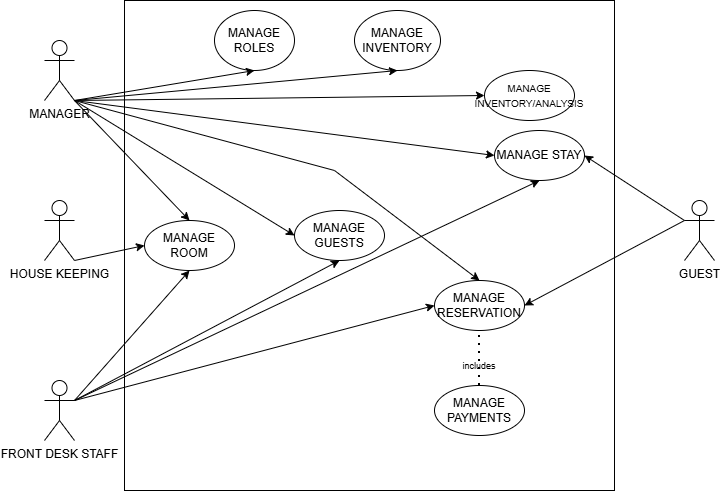
This is WEEK-2.png from Anurag928/OOAD, a draw.io export, as it was before one commit. Source tidied: cells renumbered, new cells last; positions are measured from the earlier drawing's top-left corner, leaving out a move shared by most shapes. Its diagram source:
```xml
<mxGraphModel>
  <root>
    <mxCell id="0" />
    <mxCell id="1" parent="0" />
    <mxCell id="2" value="MANAGER" style="shape=umlActor;verticalLabelPosition=bottom;verticalAlign=top;html=1;outlineConnect=0;" parent="1" vertex="1">
      <mxGeometry y="40" width="30" height="60" as="geometry" />
    </mxCell>
    <mxCell id="3" value="HOUSE KEEPING" style="shape=umlActor;verticalLabelPosition=bottom;verticalAlign=top;html=1;outlineConnect=0;" parent="1" vertex="1">
      <mxGeometry y="200" width="30" height="60" as="geometry" />
    </mxCell>
    <mxCell id="4" value="FRONT DESK STAFF" style="shape=umlActor;verticalLabelPosition=bottom;verticalAlign=top;html=1;outlineConnect=0;" parent="1" vertex="1">
      <mxGeometry y="380" width="30" height="60" as="geometry" />
    </mxCell>
    <mxCell id="5" value="GUEST" style="shape=umlActor;verticalLabelPosition=bottom;verticalAlign=top;html=1;outlineConnect=0;" parent="1" vertex="1">
      <mxGeometry x="640" y="200" width="30" height="60" as="geometry" />
    </mxCell>
    <mxCell id="6" style="whiteSpace=wrap;html=1;" parent="1" vertex="1">
      <mxGeometry x="80" width="490" height="490" as="geometry" />
    </mxCell>
    <mxCell id="7" value="MANAGE ROLES&lt;span style=&quot;color: rgba(0, 0, 0, 0); font-family: monospace; font-size: 0px; text-align: start; text-wrap-mode: nowrap;&quot;&gt;%3CmxGraphModel%3E%3Croot%3E%3CmxCell%20id%3D%220%22%2F%3E%3CmxCell%20id%3D%221%22%20parent%3D%220%22%2F%3E%3CmxCell%20id%3D%222%22%20parent%3D%221%22%20style%3D%22shape%3DumlActor%3BverticalLabelPosition%3Dbottom%3BverticalAlign%3Dtop%3Bhtml%3D1%3BoutlineConnect%3D0%3B%22%20value%3D%22Actor%22%20vertex%3D%221%22%3E%3CmxGeometry%20height%3D%2260%22%20width%3D%2230%22%20x%3D%2290%22%20y%3D%22510%22%20as%3D%22geometry%22%2F%3E%3C%2FmxCell%3E%3C%2Froot%3E%3C%2FmxGraphModel%3E&lt;/span&gt;" style="ellipse;whiteSpace=wrap;html=1;" parent="1" vertex="1">
      <mxGeometry x="170" y="10" width="80" height="60" as="geometry" />
    </mxCell>
    <mxCell id="8" value="MANAGE INVENTORY" style="ellipse;whiteSpace=wrap;html=1;" parent="1" vertex="1">
      <mxGeometry x="310" y="10" width="86" height="60" as="geometry" />
    </mxCell>
    <mxCell id="9" value="&lt;font style=&quot;font-size: 10px;&quot;&gt;MANAGE INVENTORY/ANALYSIS&lt;/font&gt;" style="ellipse;whiteSpace=wrap;html=1;" parent="1" vertex="1">
      <mxGeometry x="440" y="70" width="90" height="50" as="geometry" />
    </mxCell>
    <mxCell id="10" value="MANAGE STAY&lt;span style=&quot;color: rgba(0, 0, 0, 0); font-family: monospace; font-size: 0px; text-align: start; text-wrap-mode: nowrap;&quot;&gt;%3CmxGraphModel%3E%3Croot%3E%3CmxCell%20id%3D%220%22%2F%3E%3CmxCell%20id%3D%221%22%20parent%3D%220%22%2F%3E%3CmxCell%20id%3D%222%22%20parent%3D%221%22%20style%3D%22ellipse%3BwhiteSpace%3Dwrap%3Bhtml%3D1%3B%22%20value%3D%22MANAGE%20INVENTORY%22%20vertex%3D%221%22%3E%3CmxGeometry%20height%3D%2280%22%20width%3D%22120%22%20x%3D%22414%22%20y%3D%22180%22%20as%3D%22geometry%22%2F%3E%3C%2FmxCell%3E%3C%2Froot%3E%3C%2FmxGraphModel%3E&lt;/span&gt;" style="ellipse;whiteSpace=wrap;html=1;" parent="1" vertex="1">
      <mxGeometry x="450" y="130" width="90" height="50" as="geometry" />
    </mxCell>
    <mxCell id="11" value="MANAGE GUESTS&lt;span style=&quot;color: rgba(0, 0, 0, 0); font-family: monospace; font-size: 0px; text-align: start; text-wrap-mode: nowrap;&quot;&gt;%3CmxGraphModel%3E%3Croot%3E%3CmxCell%20id%3D%220%22%2F%3E%3CmxCell%20id%3D%221%22%20parent%3D%220%22%2F%3E%3CmxCell%20id%3D%222%22%20parent%3D%221%22%20style%3D%22ellipse%3BwhiteSpace%3Dwrap%3Bhtml%3D1%3B%22%20value%3D%22MANAGE%20INVENTORY%22%20vertex%3D%221%22%3E%3CmxGeometry%20height%3D%2280%22%20width%3D%22120%22%20x%3D%22414%22%20y%3D%22180%22%20as%3D%22geometry%22%2F%3E%3C%2FmxCell%3E%3C%2Froot%3E%3C%2FmxGraphModel%3E&lt;/span&gt;" style="ellipse;whiteSpace=wrap;html=1;" parent="1" vertex="1">
      <mxGeometry x="250" y="210" width="90" height="50" as="geometry" />
    </mxCell>
    <mxCell id="12" value="MANAGE ROOM&lt;span style=&quot;color: rgba(0, 0, 0, 0); font-family: monospace; font-size: 0px; text-align: start; text-wrap-mode: nowrap;&quot;&gt;%3CmxGraphModel%3E%3Croot%3E%3CmxCell%20id%3D%220%22%2F%3E%3CmxCell%20id%3D%221%22%20parent%3D%220%22%2F%3E%3CmxCell%20id%3D%222%22%20parent%3D%221%22%20style%3D%22ellipse%3BwhiteSpace%3Dwrap%3Bhtml%3D1%3B%22%20value%3D%22MANAGE%20INVENTORY%22%20vertex%3D%221%22%3E%3CmxGeometry%20height%3D%2280%22%20width%3D%22120%22%20x%3D%22414%22%20y%3D%22180%22%20as%3D%22geometry%22%2F%3E%3C%2FmxCell%3E%3C%2Froot%3E%3C%2FmxGraphModel%3E&lt;/span&gt;" style="ellipse;whiteSpace=wrap;html=1;" parent="1" vertex="1">
      <mxGeometry x="100" y="220" width="90" height="50" as="geometry" />
    </mxCell>
    <mxCell id="13" value="MANAGE RESERVATION&lt;span style=&quot;color: rgba(0, 0, 0, 0); font-family: monospace; font-size: 0px; text-align: start; text-wrap-mode: nowrap;&quot;&gt;%3CmxGraphModel%3E%3Croot%3E%3CmxCell%20id%3D%220%22%2F%3E%3CmxCell%20id%3D%221%22%20parent%3D%220%22%2F%3E%3CmxCell%20id%3D%222%22%20parent%3D%221%22%20style%3D%22ellipse%3BwhiteSpace%3Dwrap%3Bhtml%3D1%3B%22%20value%3D%22MANAGE%20INVENTORY%22%20vertex%3D%221%22%3E%3CmxGeometry%20height%3D%2280%22%20width%3D%22120%22%20x%3D%22414%22%20y%3D%22180%22%20as%3D%22geometry%22%2F%3E%3C%2FmxCell%3E%3C%2Froot%3E%3C%2FmxGraphModel%3E&lt;/span&gt;" style="ellipse;whiteSpace=wrap;html=1;" parent="1" vertex="1">
      <mxGeometry x="390" y="280" width="90" height="50" as="geometry" />
    </mxCell>
    <mxCell id="14" value="MANAGE PAYMENTS&lt;span style=&quot;color: rgba(0, 0, 0, 0); font-family: monospace; font-size: 0px; text-align: start; text-wrap-mode: nowrap;&quot;&gt;%3CmxGraphModel%3E%3Croot%3E%3CmxCell%20id%3D%220%22%2F%3E%3CmxCell%20id%3D%221%22%20parent%3D%220%22%2F%3E%3CmxCell%20id%3D%222%22%20parent%3D%221%22%20style%3D%22ellipse%3BwhiteSpace%3Dwrap%3Bhtml%3D1%3B%22%20value%3D%22MANAGE%20INVENTORY%22%20vertex%3D%221%22%3E%3CmxGeometry%20height%3D%2280%22%20width%3D%22120%22%20x%3D%22414%22%20y%3D%22180%22%20as%3D%22geometry%22%2F%3E%3C%2FmxCell%3E%3C%2Froot%3E%3C%2FmxGraphModel%3E&lt;/span&gt;" style="ellipse;whiteSpace=wrap;html=1;" parent="1" vertex="1">
      <mxGeometry x="390" y="385" width="90" height="50" as="geometry" />
    </mxCell>
    <mxCell id="15" style="endArrow=classic;html=1;rounded=0;entryX=0.5;entryY=1;entryDx=0;entryDy=0;exitX=1;exitY=1;exitDx=0;exitDy=0;exitPerimeter=0;" parent="1" edge="1" source="2" target="7">
      <mxGeometry relative="1" as="geometry" />
    </mxCell>
    <mxCell id="16" style="endArrow=classic;html=1;rounded=0;entryX=0.5;entryY=1;entryDx=0;entryDy=0;" parent="1" edge="1" target="8">
      <mxGeometry relative="1" as="geometry">
        <mxPoint x="30" y="100" as="sourcePoint" />
      </mxGeometry>
    </mxCell>
    <mxCell id="17" style="endArrow=classic;html=1;rounded=0;entryX=0;entryY=0.5;entryDx=0;entryDy=0;exitX=1;exitY=1;exitDx=0;exitDy=0;exitPerimeter=0;" parent="1" edge="1" source="2" target="9">
      <mxGeometry relative="1" as="geometry" />
    </mxCell>
    <mxCell id="18" style="endArrow=classic;html=1;rounded=0;entryX=0;entryY=0.5;entryDx=0;entryDy=0;" parent="1" edge="1" target="10">
      <mxGeometry relative="1" as="geometry">
        <mxPoint x="30" y="100" as="sourcePoint" />
      </mxGeometry>
    </mxCell>
    <mxCell id="19" style="endArrow=classic;html=1;rounded=0;entryX=0;entryY=0.5;entryDx=0;entryDy=0;" parent="1" edge="1" target="11">
      <mxGeometry relative="1" as="geometry">
        <mxPoint x="30" y="100" as="sourcePoint" />
      </mxGeometry>
    </mxCell>
    <mxCell id="20" style="endArrow=classic;html=1;rounded=0;entryX=0.5;entryY=0;entryDx=0;entryDy=0;exitX=1;exitY=1;exitDx=0;exitDy=0;exitPerimeter=0;" parent="1" edge="1" source="2" target="12">
      <mxGeometry relative="1" as="geometry" />
    </mxCell>
    <mxCell id="21" style="endArrow=classic;html=1;rounded=0;entryX=0.5;entryY=0;entryDx=0;entryDy=0;" parent="1" edge="1" target="13">
      <mxGeometry relative="1" as="geometry">
        <mxPoint x="30" y="100" as="sourcePoint" />
        <Array as="points">
          <mxPoint x="290" y="170" />
        </Array>
      </mxGeometry>
    </mxCell>
    <mxCell id="22" style="endArrow=classic;html=1;rounded=0;entryX=0;entryY=0.5;entryDx=0;entryDy=0;exitX=1;exitY=1;exitDx=0;exitDy=0;exitPerimeter=0;" parent="1" edge="1" source="3" target="12">
      <mxGeometry relative="1" as="geometry" />
    </mxCell>
    <mxCell id="23" style="endArrow=classic;html=1;rounded=0;entryX=0.5;entryY=1;entryDx=0;entryDy=0;exitX=1;exitY=0.3333333333333333;exitDx=0;exitDy=0;exitPerimeter=0;" parent="1" edge="1" source="4" target="12">
      <mxGeometry relative="1" as="geometry" />
    </mxCell>
    <mxCell id="24" style="endArrow=classic;html=1;rounded=0;entryX=0.5;entryY=1;entryDx=0;entryDy=0;exitX=1;exitY=0.3333333333333333;exitDx=0;exitDy=0;exitPerimeter=0;" parent="1" edge="1" source="4" target="11">
      <mxGeometry relative="1" as="geometry" />
    </mxCell>
    <mxCell id="25" style="endArrow=classic;html=1;rounded=0;entryX=0.5;entryY=1;entryDx=0;entryDy=0;exitX=1;exitY=0.3333333333333333;exitDx=0;exitDy=0;exitPerimeter=0;" parent="1" edge="1" source="4" target="10">
      <mxGeometry relative="1" as="geometry" />
    </mxCell>
    <mxCell id="26" style="endArrow=classic;html=1;rounded=0;entryX=0;entryY=0.5;entryDx=0;entryDy=0;" parent="1" edge="1" target="13">
      <mxGeometry relative="1" as="geometry">
        <mxPoint x="30" y="400" as="sourcePoint" />
      </mxGeometry>
    </mxCell>
    <mxCell id="27" style="endArrow=classic;html=1;rounded=0;entryX=1;entryY=0.5;entryDx=0;entryDy=0;exitX=0;exitY=0.3333333333333333;exitDx=0;exitDy=0;exitPerimeter=0;" parent="1" edge="1" source="5" target="10">
      <mxGeometry relative="1" as="geometry" />
    </mxCell>
    <mxCell id="28" style="endArrow=classic;html=1;rounded=0;entryX=1;entryY=0.5;entryDx=0;entryDy=0;exitX=0;exitY=0.3333333333333333;exitDx=0;exitDy=0;exitPerimeter=0;" parent="1" edge="1" source="5" target="13">
      <mxGeometry relative="1" as="geometry" />
    </mxCell>
    <mxCell id="29" style="endArrow=none;dashed=1;html=1;dashPattern=1 3;strokeWidth=2;rounded=0;entryX=0.5;entryY=1;entryDx=0;entryDy=0;exitX=0.5;exitY=0;exitDx=0;exitDy=0;" parent="1" edge="1" source="14" target="13">
      <mxGeometry relative="1" as="geometry" />
    </mxCell>
    <mxCell id="30" value="&lt;font style=&quot;font-size: 9px;&quot;&gt;includes&lt;/font&gt;" style="text;html=1;whiteSpace=wrap;strokeColor=none;fillColor=none;align=center;verticalAlign=middle;rounded=0;" parent="1" vertex="1">
      <mxGeometry x="405" y="350" width="60" height="30" as="geometry" />
    </mxCell>
  </root>
</mxGraphModel>
```
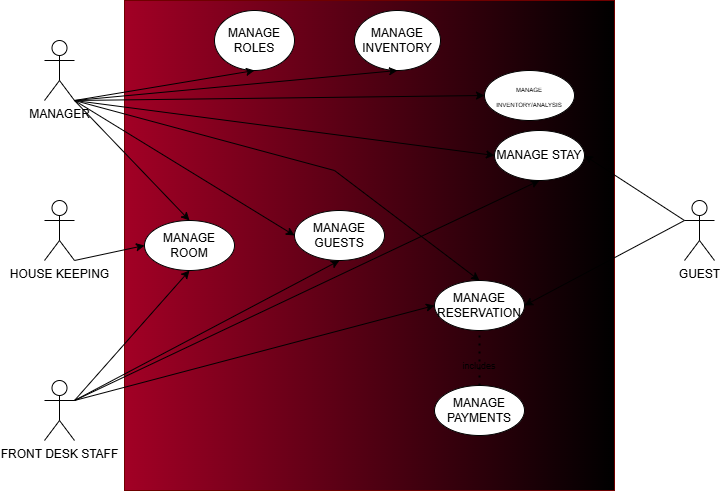
The same file after the commit.

What changed in the source:
```diff
@@ -14,7 +14,7 @@
     <mxCell id="5" value="GUEST" style="shape=umlActor;verticalLabelPosition=bottom;verticalAlign=top;html=1;outlineConnect=0;" parent="1" vertex="1">
       <mxGeometry x="640" y="200" width="30" height="60" as="geometry" />
     </mxCell>
-    <mxCell id="6" style="whiteSpace=wrap;html=1;" parent="1" vertex="1">
+    <mxCell id="6" style="whiteSpace=wrap;html=1;fillColor=light-dark(#A20025,#66FFFF);fontColor=#ffffff;strokeColor=#6F0000;fillStyle=dashed;gradientColor=light-dark(#000000,#EF1DFF);gradientDirection=east;" parent="1" vertex="1">
       <mxGeometry x="80" width="490" height="490" as="geometry" />
     </mxCell>
     <mxCell id="7" value="MANAGE ROLES&lt;span style=&quot;color: rgba(0, 0, 0, 0); font-family: monospace; font-size: 0px; text-align: start; text-wrap-mode: nowrap;&quot;&gt;%3CmxGraphModel%3E%3Croot%3E%3CmxCell%20id%3D%220%22%2F%3E%3CmxCell%20id%3D%221%22%20parent%3D%220%22%2F%3E%3CmxCell%20id%3D%222%22%20parent%3D%221%22%20style%3D%22shape%3DumlActor%3BverticalLabelPosition%3Dbottom%3BverticalAlign%3Dtop%3Bhtml%3D1%3BoutlineConnect%3D0%3B%22%20value%3D%22Actor%22%20vertex%3D%221%22%3E%3CmxGeometry%20height%3D%2260%22%20width%3D%2230%22%20x%3D%2290%22%20y%3D%22510%22%20as%3D%22geometry%22%2F%3E%3C%2FmxCell%3E%3C%2Froot%3E%3C%2FmxGraphModel%3E&lt;/span&gt;" style="ellipse;whiteSpace=wrap;html=1;" parent="1" vertex="1">
@@ -23,7 +23,7 @@
     <mxCell id="8" value="MANAGE INVENTORY" style="ellipse;whiteSpace=wrap;html=1;" parent="1" vertex="1">
       <mxGeometry x="310" y="10" width="86" height="60" as="geometry" />
     </mxCell>
-    <mxCell id="9" value="&lt;font style=&quot;font-size: 10px;&quot;&gt;MANAGE INVENTORY/ANALYSIS&lt;/font&gt;" style="ellipse;whiteSpace=wrap;html=1;" parent="1" vertex="1">
+    <mxCell id="9" value="&lt;font style=&quot;font-size: 6px;&quot;&gt;MANAGE INVENTORY/ANALYSIS&lt;/font&gt;" style="ellipse;whiteSpace=wrap;html=1;" parent="1" vertex="1">
       <mxGeometry x="440" y="70" width="90" height="50" as="geometry" />
     </mxCell>
     <mxCell id="10" value="MANAGE STAY&lt;span style=&quot;color: rgba(0, 0, 0, 0); font-family: monospace; font-size: 0px; text-align: start; text-wrap-mode: nowrap;&quot;&gt;%3CmxGraphModel%3E%3Croot%3E%3CmxCell%20id%3D%220%22%2F%3E%3CmxCell%20id%3D%221%22%20parent%3D%220%22%2F%3E%3CmxCell%20id%3D%222%22%20parent%3D%221%22%20style%3D%22ellipse%3BwhiteSpace%3Dwrap%3Bhtml%3D1%3B%22%20value%3D%22MANAGE%20INVENTORY%22%20vertex%3D%221%22%3E%3CmxGeometry%20height%3D%2280%22%20width%3D%22120%22%20x%3D%22414%22%20y%3D%22180%22%20as%3D%22geometry%22%2F%3E%3C%2FmxCell%3E%3C%2Froot%3E%3C%2FmxGraphModel%3E&lt;/span&gt;" style="ellipse;whiteSpace=wrap;html=1;" parent="1" vertex="1">
```
